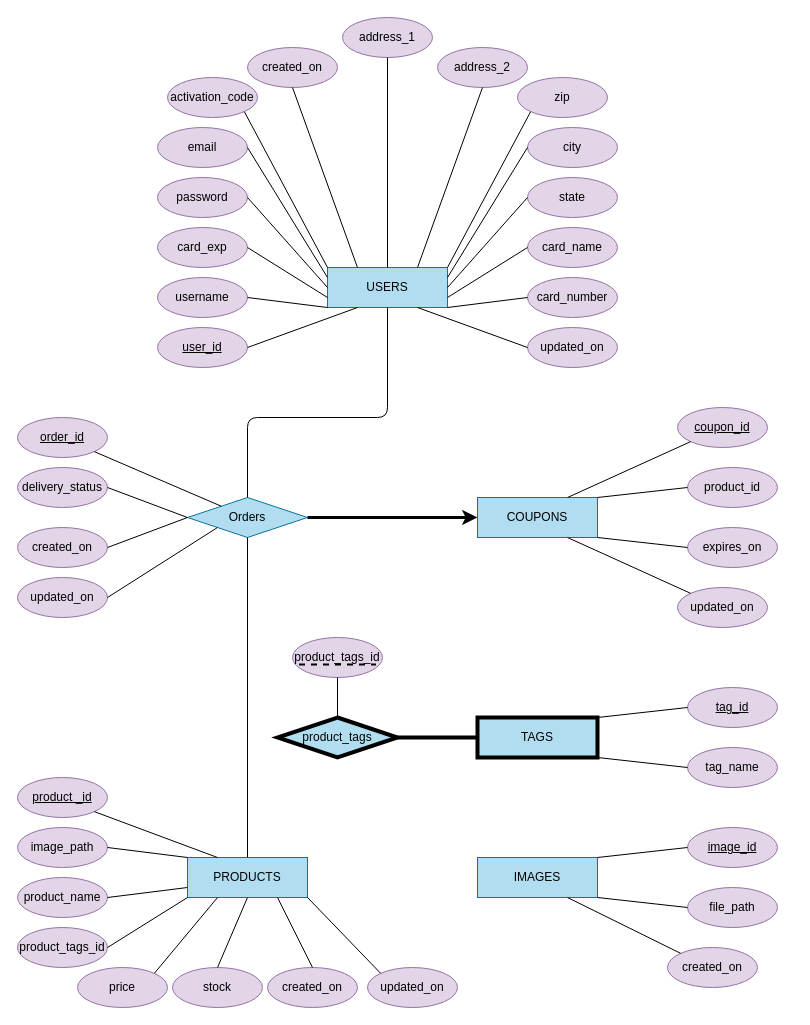
The draw.io diagram resources/ER Diagram 2.drawio in vadManuel/hua-tp, before the edit. Source tidied: cells renumbered, new cells numbered last; positions are measured from the earlier drawing's top-left corner, leaving out a move shared by most shapes. Both pictures are drawn from the tidied source at 100%, with x=0, y=0 at pixel (17, 17).
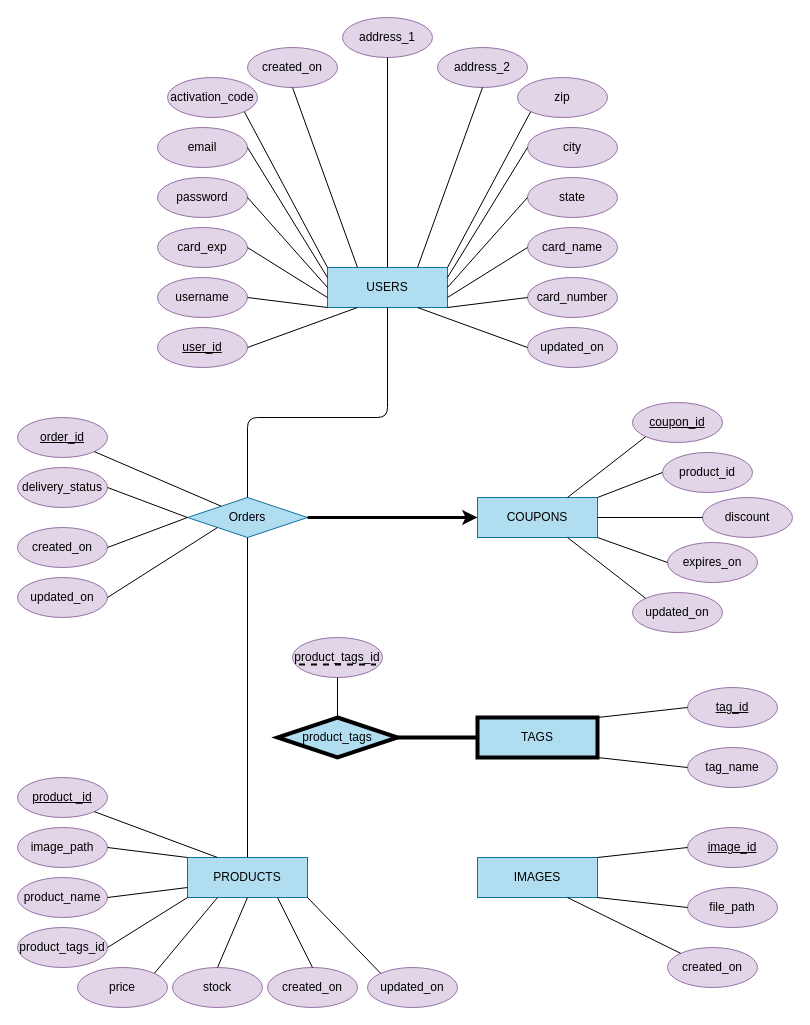
Above is the later version.

Commit message (it also covers changes not shown here):
Added design doc, table Schema and fix to ER diagram

The change refers to these unchanged cells:
```xml
<mxCell id="34" value="COUPONS" style="rounded=0;whiteSpace=wrap;html=1;fillColor=#b1ddf0;strokeColor=#10739e;" parent="1" vertex="1">
  <mxGeometry x="460" y="480" width="120" height="40" as="geometry" />
</mxCell>
```

What changed in the source:
```diff
@@
     <mxCell id="35" value="&lt;u&gt;coupon_id&lt;/u&gt;" style="ellipse;whiteSpace=wrap;html=1;fillColor=#e1d5e7;strokeColor=#9673a6;" parent="1" vertex="1">
-      <mxGeometry x="660" y="390" width="90" height="40" as="geometry" />
+      <mxGeometry x="615" y="385" width="90" height="40" as="geometry" />
     </mxCell>
     <mxCell id="36" value="product_id" style="ellipse;whiteSpace=wrap;html=1;fillColor=#e1d5e7;strokeColor=#9673a6;" parent="1" vertex="1">
-      <mxGeometry x="670" y="450" width="90" height="40" as="geometry" />
+      <mxGeometry x="645" y="435" width="90" height="40" as="geometry" />
     </mxCell>
     <mxCell id="37" value="expires_on" style="ellipse;whiteSpace=wrap;html=1;fillColor=#e1d5e7;strokeColor=#9673a6;" parent="1" vertex="1">
-      <mxGeometry x="670" y="510" width="90" height="40" as="geometry" />
+      <mxGeometry x="650" y="525" width="90" height="40" as="geometry" />
     </mxCell>
     <mxCell id="38" value="updated_on" style="ellipse;whiteSpace=wrap;html=1;fillColor=#e1d5e7;strokeColor=#9673a6;" parent="1" vertex="1">
-      <mxGeometry x="660" y="570" width="90" height="40" as="geometry" />
+      <mxGeometry x="615" y="575" width="90" height="40" as="geometry" />
     </mxCell>
@@
+    <mxCell id="88" value="discount" style="ellipse;whiteSpace=wrap;html=1;fillColor=#e1d5e7;strokeColor=#9673a6;" parent="1" vertex="1">
+      <mxGeometry x="685" y="480" width="90" height="40" as="geometry" />
+    </mxCell>
+    <mxCell id="89" style="endArrow=none;html=1;entryX=0;entryY=0.5;entryDx=0;entryDy=0;exitX=1;exitY=0.5;exitDx=0;exitDy=0;" parent="1" edge="1" source="34" target="88">
+      <mxGeometry relative="1" as="geometry" />
+    </mxCell>
```
